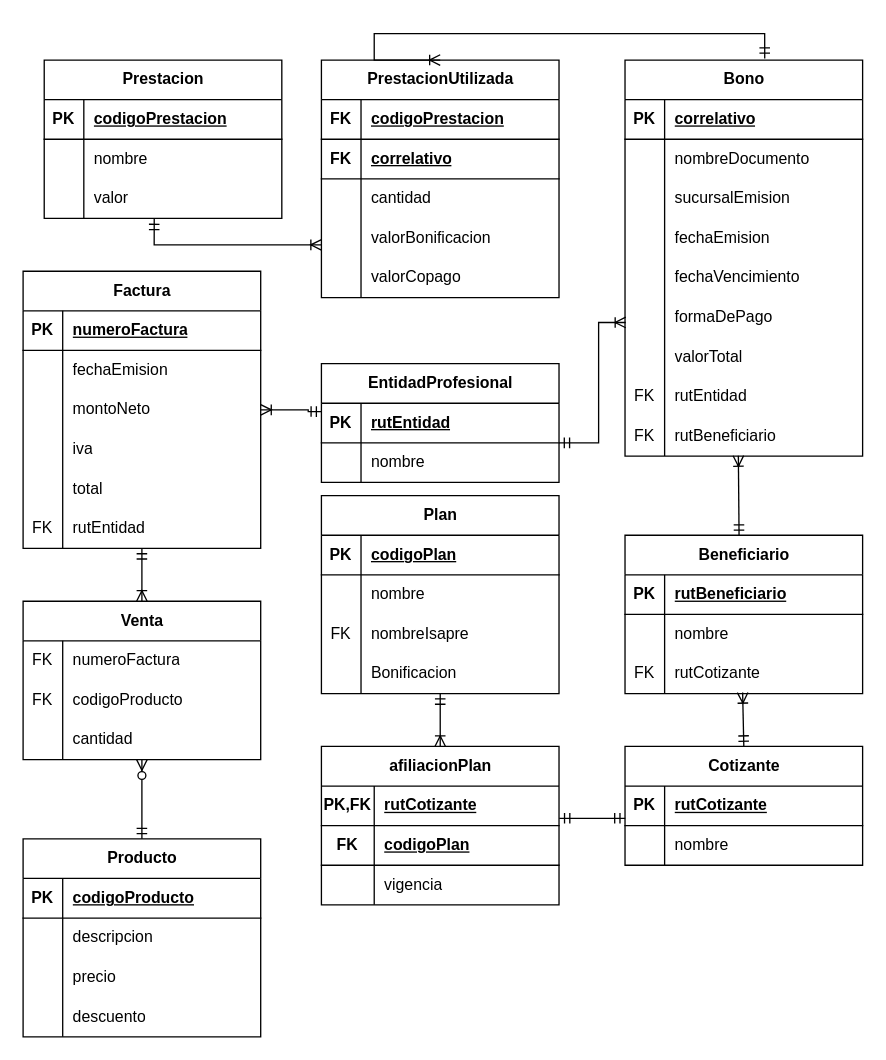
The draw.io diagram tarea22.drawio in C-bastian-compila/diagrams.net, before the edit. Source tidied: cells renumbered, new cells numbered last; positions are measured from the earlier drawing's top-left corner, leaving out a move shared by most shapes. Both pictures are drawn from the tidied source at 132%, with x=0, y=0 at pixel (22, 33).
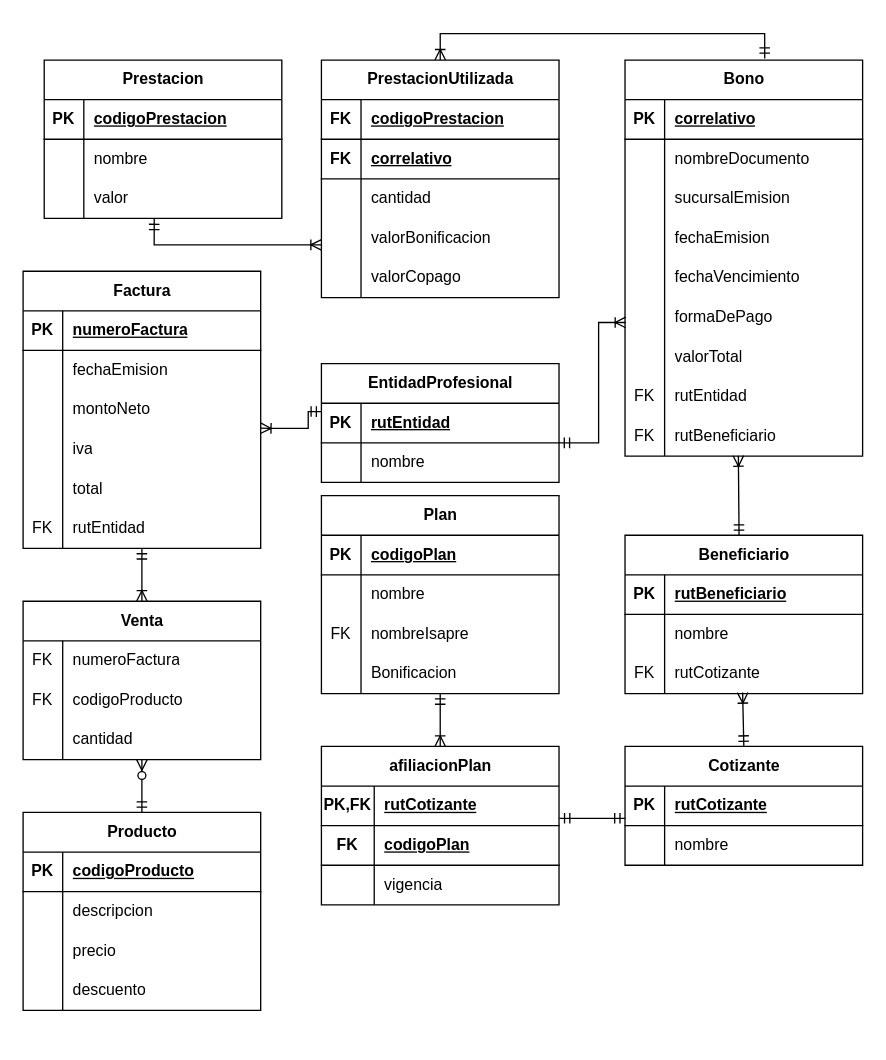
After the change.

Unchanged cells that the change refers to:
```xml
<mxCell id="19" style="shape=tableRow;horizontal=0;startSize=0;swimlaneHead=0;swimlaneBody=0;fillColor=none;points=[[0,0.5],[1,0.5]];portConstraint=eastwest;top=0;left=0;right=0;bottom=0;" parent="12" vertex="1">
  <mxGeometry y="90" width="180" height="30" as="geometry" />
</mxCell>
<mxCell id="22" style="shape=tableRow;horizontal=0;startSize=0;swimlaneHead=0;swimlaneBody=0;fillColor=none;points=[[0,0.5],[1,0.5]];portConstraint=eastwest;top=0;left=0;right=0;bottom=0;" parent="12" vertex="1">
  <mxGeometry y="120" width="180" height="30" as="geometry" />
</mxCell>
<mxCell id="46" value="Bono" style="shape=table;startSize=30;childLayout=tableLayout;rowLines=0;fontStyle=1;align=center;html=1;" parent="1" vertex="1">
  <mxGeometry x="456" y="20" width="180" height="300" as="geometry" />
</mxCell>
<mxCell id="82" style="shape=tableRow;horizontal=0;startSize=0;swimlaneHead=0;swimlaneBody=0;fillColor=none;points=[[0,0.5],[1,0.5]];portConstraint=eastwest;top=0;left=0;right=0;bottom=1;" parent="81" vertex="1">
  <mxGeometry y="30" width="180" height="30" as="geometry" />
</mxCell>
<mxCell id="134" value="PrestacionUtilizada" style="shape=table;startSize=30;childLayout=tableLayout;rowLines=0;fontStyle=1;align=center;html=1;" parent="1" vertex="1">
  <mxGeometry x="226" y="20" width="180" height="180" as="geometry" />
</mxCell>
```

Diff of the diagram source:
```diff
@@
     <mxCell id="31" value="Producto" style="shape=table;startSize=30;childLayout=tableLayout;rowLines=0;fontStyle=1;align=center;html=1;" parent="1" vertex="1">
-      <mxGeometry y="610" width="180" height="150" as="geometry" />
+      <mxGeometry y="590" width="180" height="150" as="geometry" />
     </mxCell>
@@
     <mxCell id="153" style="fontSize=12;html=1;endArrow=ERoneToMany;startArrow=ERmandOne;rounded=0;exitX=0.588;exitY=-0.004;exitDx=0;exitDy=0;entryX=0.5;entryY=0;entryDx=0;entryDy=0;exitPerimeter=0;edgeStyle=orthogonalEdgeStyle;" parent="1" edge="1" source="46" target="134">
       <mxGeometry relative="1" as="geometry">
         <Array as="points">
           <mxPoint x="562" />
-          <mxPoint x="266" />
+          <mxPoint x="316" />
         </Array>
       </mxGeometry>
     </mxCell>
-    <mxCell id="154" style="fontSize=12;html=1;endArrow=ERoneToMany;startArrow=ERmandOne;rounded=0;entryX=1;entryY=0.5;entryDx=0;entryDy=0;exitX=0.001;exitY=0.211;exitDx=0;exitDy=0;exitPerimeter=0;edgeStyle=orthogonalEdgeStyle;" parent="1" edge="1" source="82" target="19">
+    <mxCell id="154" style="fontSize=12;html=1;endArrow=ERoneToMany;startArrow=ERmandOne;rounded=0;entryX=0.999;entryY=-0.037;entryDx=0;entryDy=0;exitX=0.001;exitY=0.211;exitDx=0;exitDy=0;exitPerimeter=0;edgeStyle=orthogonalEdgeStyle;entryPerimeter=0;" parent="1" edge="1" source="82" target="22">
       <mxGeometry relative="1" as="geometry">
         <Array as="points">
           <mxPoint x="216" y="286" />
-          <mxPoint x="216" y="285" />
+          <mxPoint x="216" y="299" />
+          <mxPoint x="186" y="299" />
         </Array>
       </mxGeometry>
     </mxCell>
```
